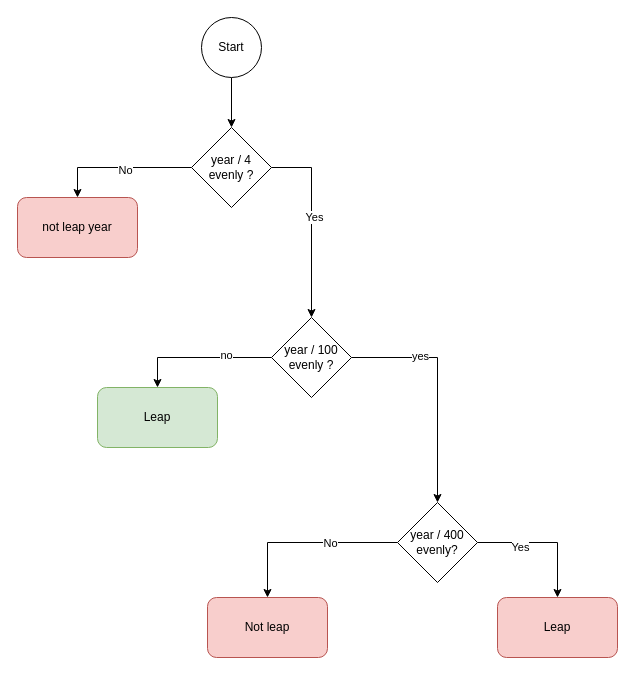
The draw.io diagram leap_year.drawio in joannastolecki/100daysofcoding, before the edit. Source tidied: cells renumbered, new cells numbered last; positions are measured from the earlier drawing's top-left corner, leaving out a move shared by most shapes. Both pictures are drawn from the tidied source at 100%, with x=0, y=0 at pixel (17, 17).
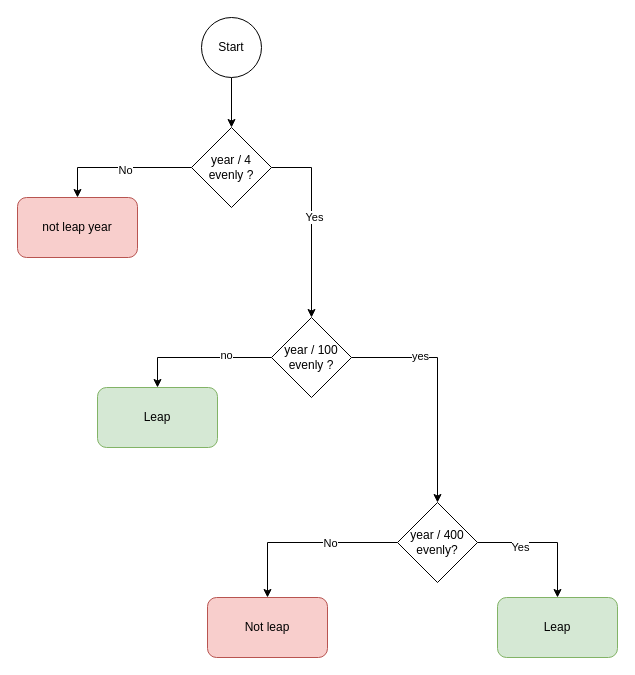
The same page after the edit.

The edit, as a diff of the source:
```diff
@@
-    <mxCell id="15" value="Leap" style="rounded=1;whiteSpace=wrap;html=1;fillColor=#f8cecc;strokeColor=#b85450;" parent="1" vertex="1">
+    <mxCell id="15" value="Leap" style="rounded=1;whiteSpace=wrap;html=1;fillColor=#d5e8d4;strokeColor=#82b366;" parent="1" vertex="1">
       <mxGeometry x="480" y="580" width="120" height="60" as="geometry" />
     </mxCell>
```
